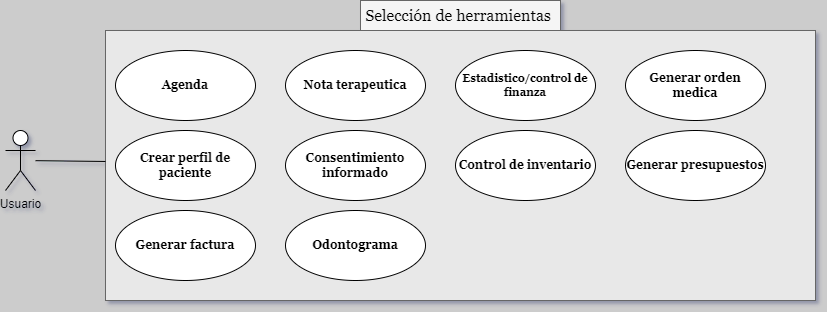
The draw.io diagram CU002_SeleccionDeHerramientas.drawio.png in CH3MOO/SpecialityX, before a commit. Source tidied: cells renumbered, new cells last; positions are measured from the earlier drawing's top-left corner, leaving out a move shared by most shapes. Source of this version:
```xml
<mxGraphModel background="#CCCCCC" shadow="1">
  <root>
    <mxCell id="0" />
    <mxCell id="1" parent="0" />
    <mxCell id="2" style="rounded=0;whiteSpace=wrap;html=1;fillColor=#E8E8E8;strokeColor=#666666;fontColor=#333333;fontFamily=Georgia;fontStyle=1;" parent="1" vertex="1">
      <mxGeometry x="100" y="30" width="710" height="270" as="geometry" />
    </mxCell>
    <mxCell id="3" value="Usuario" style="shape=umlActor;verticalLabelPosition=bottom;verticalAlign=top;html=1;" parent="1" vertex="1">
      <mxGeometry y="130" width="30" height="60" as="geometry" />
    </mxCell>
    <mxCell id="4" value="Agenda" style="ellipse;whiteSpace=wrap;html=1;fontFamily=Georgia;fontStyle=1;" parent="1" vertex="1">
      <mxGeometry x="110" y="50" width="140" height="70" as="geometry" />
    </mxCell>
    <mxCell id="5" value="Crear perfil de paciente" style="ellipse;whiteSpace=wrap;html=1;fontFamily=Georgia;fontStyle=1;" parent="1" vertex="1">
      <mxGeometry x="110" y="130" width="140" height="70" as="geometry" />
    </mxCell>
    <mxCell id="6" value="Nota terapeutica" style="ellipse;whiteSpace=wrap;html=1;fontFamily=Georgia;fontStyle=1;" parent="1" vertex="1">
      <mxGeometry x="280" y="50" width="140" height="70" as="geometry" />
    </mxCell>
    <mxCell id="7" value="Consentimiento informado" style="ellipse;whiteSpace=wrap;html=1;fontFamily=Georgia;fontStyle=1;" parent="1" vertex="1">
      <mxGeometry x="280" y="130" width="140" height="70" as="geometry" />
    </mxCell>
    <mxCell id="8" value="Generar factura" style="ellipse;whiteSpace=wrap;html=1;fontFamily=Georgia;fontStyle=1;" parent="1" vertex="1">
      <mxGeometry x="110" y="210" width="140" height="70" as="geometry" />
    </mxCell>
    <mxCell id="9" value="Estadistico/control de finanza" style="ellipse;whiteSpace=wrap;html=1;fontFamily=Georgia;fontStyle=1;fontSize=11;" parent="1" vertex="1">
      <mxGeometry x="450" y="50" width="140" height="70" as="geometry" />
    </mxCell>
    <mxCell id="10" value="Control de inventario" style="ellipse;whiteSpace=wrap;html=1;fontFamily=Georgia;fontStyle=1;" parent="1" vertex="1">
      <mxGeometry x="450" y="130" width="140" height="70" as="geometry" />
    </mxCell>
    <mxCell id="11" value="Odontograma&lt;span style=&quot;color: rgba(0, 0, 0, 0); font-size: 0px; text-align: start; text-wrap: nowrap;&quot;&gt;%3CmxGraphModel%3E%3Croot%3E%3CmxCell%20id%3D%220%22%2F%3E%3CmxCell%20id%3D%221%22%20parent%3D%220%22%2F%3E%3CmxCell%20id%3D%222%22%20value%3D%22Agenda%22%20style%3D%22ellipse%3BwhiteSpace%3Dwrap%3Bhtml%3D1%3B%22%20vertex%3D%221%22%20parent%3D%221%22%3E%3CmxGeometry%20x%3D%22240%22%20y%3D%22130%22%20width%3D%22140%22%20height%3D%2270%22%20as%3D%22geometry%22%2F%3E%3C%2FmxCell%3E%3C%2Froot%3E%3C%2FmxGraphModel%3E&lt;/span&gt;" style="ellipse;whiteSpace=wrap;html=1;fontFamily=Georgia;fontStyle=1;" parent="1" vertex="1">
      <mxGeometry x="280" y="210" width="140" height="70" as="geometry" />
    </mxCell>
    <mxCell id="12" value="Generar orden medica" style="ellipse;whiteSpace=wrap;html=1;fontFamily=Georgia;fontStyle=1;" parent="1" vertex="1">
      <mxGeometry x="620" y="50" width="140" height="70" as="geometry" />
    </mxCell>
    <mxCell id="13" value="Generar presupuestos" style="ellipse;whiteSpace=wrap;html=1;fontFamily=Georgia;fontStyle=1;" parent="1" vertex="1">
      <mxGeometry x="620" y="130" width="140" height="70" as="geometry" />
    </mxCell>
    <mxCell id="14" style="endArrow=none;html=1;rounded=0;" parent="1" edge="1" source="3" target="2">
      <mxGeometry relative="1" as="geometry" />
    </mxCell>
    <mxCell id="15" value="Selección de herramientas&amp;nbsp;" style="text;html=1;align=center;verticalAlign=middle;whiteSpace=wrap;rounded=0;fontFamily=Georgia;fontSize=16;fillColor=#f5f5f5;fontColor=#000000;strokeColor=#666666;" parent="1" vertex="1">
      <mxGeometry x="355" width="200" height="30" as="geometry" />
    </mxCell>
  </root>
</mxGraphModel>
```
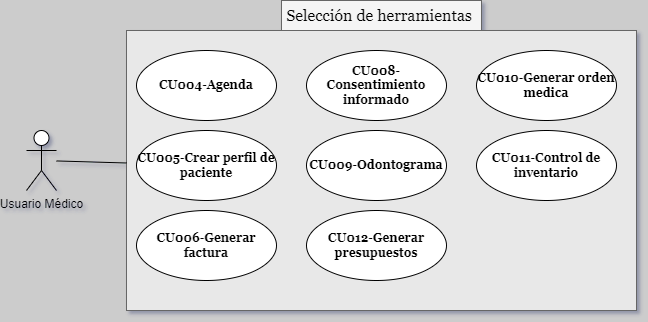
After the change.

Change to the diagram source:
```diff
@@ -3,46 +3,40 @@
     <mxCell id="0" />
     <mxCell id="1" parent="0" />
     <mxCell id="2" style="rounded=0;whiteSpace=wrap;html=1;fillColor=#E8E8E8;strokeColor=#666666;fontColor=#333333;fontFamily=Georgia;fontStyle=1;" parent="1" vertex="1">
-      <mxGeometry x="100" y="30" width="710" height="270" as="geometry" />
+      <mxGeometry x="100" y="30" width="510" height="280" as="geometry" />
     </mxCell>
-    <mxCell id="3" value="Usuario" style="shape=umlActor;verticalLabelPosition=bottom;verticalAlign=top;html=1;" parent="1" vertex="1">
+    <mxCell id="3" value="Usuario Médico" style="shape=umlActor;verticalLabelPosition=bottom;verticalAlign=top;html=1;" parent="1" vertex="1">
       <mxGeometry y="130" width="30" height="60" as="geometry" />
     </mxCell>
-    <mxCell id="4" value="Agenda" style="ellipse;whiteSpace=wrap;html=1;fontFamily=Georgia;fontStyle=1;" parent="1" vertex="1">
+    <mxCell id="4" value="CU004-Agenda" style="ellipse;whiteSpace=wrap;html=1;fontFamily=Georgia;fontStyle=1;" parent="1" vertex="1">
       <mxGeometry x="110" y="50" width="140" height="70" as="geometry" />
     </mxCell>
-    <mxCell id="5" value="Crear perfil de paciente" style="ellipse;whiteSpace=wrap;html=1;fontFamily=Georgia;fontStyle=1;" parent="1" vertex="1">
+    <mxCell id="5" value="CU005-Crear perfil de paciente" style="ellipse;whiteSpace=wrap;html=1;fontFamily=Georgia;fontStyle=1;" parent="1" vertex="1">
       <mxGeometry x="110" y="130" width="140" height="70" as="geometry" />
     </mxCell>
-    <mxCell id="6" value="Nota terapeutica" style="ellipse;whiteSpace=wrap;html=1;fontFamily=Georgia;fontStyle=1;" parent="1" vertex="1">
-      <mxGeometry x="280" y="50" width="140" height="70" as="geometry" />
-    </mxCell>
-    <mxCell id="7" value="Consentimiento informado" style="ellipse;whiteSpace=wrap;html=1;fontFamily=Georgia;fontStyle=1;" parent="1" vertex="1">
-      <mxGeometry x="280" y="130" width="140" height="70" as="geometry" />
+    <mxCell id="7" value="CU008-Consentimiento informado" style="ellipse;whiteSpace=wrap;html=1;fontFamily=Georgia;fontStyle=1;" parent="1" vertex="1">
+      <mxGeometry x="280" y="50" width="140" height="70" as="geometry" />
     </mxCell>
-    <mxCell id="8" value="Generar factura" style="ellipse;whiteSpace=wrap;html=1;fontFamily=Georgia;fontStyle=1;" parent="1" vertex="1">
+    <mxCell id="8" value="CU006-Generar factura" style="ellipse;whiteSpace=wrap;html=1;fontFamily=Georgia;fontStyle=1;" parent="1" vertex="1">
       <mxGeometry x="110" y="210" width="140" height="70" as="geometry" />
     </mxCell>
-    <mxCell id="9" value="Estadistico/control de finanza" style="ellipse;whiteSpace=wrap;html=1;fontFamily=Georgia;fontStyle=1;fontSize=11;" parent="1" vertex="1">
-      <mxGeometry x="450" y="50" width="140" height="70" as="geometry" />
-    </mxCell>
-    <mxCell id="10" value="Control de inventario" style="ellipse;whiteSpace=wrap;html=1;fontFamily=Georgia;fontStyle=1;" parent="1" vertex="1">
+    <mxCell id="10" value="CU011-Control de inventario" style="ellipse;whiteSpace=wrap;html=1;fontFamily=Georgia;fontStyle=1;" parent="1" vertex="1">
       <mxGeometry x="450" y="130" width="140" height="70" as="geometry" />
     </mxCell>
-    <mxCell id="11" value="Odontograma&lt;span style=&quot;color: rgba(0, 0, 0, 0); font-size: 0px; text-align: start; text-wrap: nowrap;&quot;&gt;%3CmxGraphModel%3E%3Croot%3E%3CmxCell%20id%3D%220%22%2F%3E%3CmxCell%20id%3D%221%22%20parent%3D%220%22%2F%3E%3CmxCell%20id%3D%222%22%20value%3D%22Agenda%22%20style%3D%22ellipse%3BwhiteSpace%3Dwrap%3Bhtml%3D1%3B%22%20vertex%3D%221%22%20parent%3D%221%22%3E%3CmxGeometry%20x%3D%22240%22%20y%3D%22130%22%20width%3D%22140%22%20height%3D%2270%22%20as%3D%22geometry%22%2F%3E%3C%2FmxCell%3E%3C%2Froot%3E%3C%2FmxGraphModel%3E&lt;/span&gt;" style="ellipse;whiteSpace=wrap;html=1;fontFamily=Georgia;fontStyle=1;" parent="1" vertex="1">
-      <mxGeometry x="280" y="210" width="140" height="70" as="geometry" />
+    <mxCell id="11" value="CU009-Odontograma&lt;span style=&quot;color: rgba(0, 0, 0, 0); font-size: 0px; text-align: start; text-wrap: nowrap;&quot;&gt;%3CmxGraphModel%3E%3Croot%3E%3CmxCell%20id%3D%220%22%2F%3E%3CmxCell%20id%3D%221%22%20parent%3D%220%22%2F%3E%3CmxCell%20id%3D%222%22%20value%3D%22Agenda%22%20style%3D%22ellipse%3BwhiteSpace%3Dwrap%3Bhtml%3D1%3B%22%20vertex%3D%221%22%20parent%3D%221%22%3E%3CmxGeometry%20x%3D%22240%22%20y%3D%22130%22%20width%3D%22140%22%20height%3D%2270%22%20as%3D%22geometry%22%2F%3E%3C%2FmxCell%3E%3C%2Froot%3E%3C%2FmxGraphModel%3E&lt;/span&gt;" style="ellipse;whiteSpace=wrap;html=1;fontFamily=Georgia;fontStyle=1;" parent="1" vertex="1">
+      <mxGeometry x="280" y="130" width="140" height="70" as="geometry" />
     </mxCell>
-    <mxCell id="12" value="Generar orden medica" style="ellipse;whiteSpace=wrap;html=1;fontFamily=Georgia;fontStyle=1;" parent="1" vertex="1">
-      <mxGeometry x="620" y="50" width="140" height="70" as="geometry" />
+    <mxCell id="12" value="CU010-Generar orden medica" style="ellipse;whiteSpace=wrap;html=1;fontFamily=Georgia;fontStyle=1;" parent="1" vertex="1">
+      <mxGeometry x="450" y="50" width="140" height="70" as="geometry" />
     </mxCell>
-    <mxCell id="13" value="Generar presupuestos" style="ellipse;whiteSpace=wrap;html=1;fontFamily=Georgia;fontStyle=1;" parent="1" vertex="1">
-      <mxGeometry x="620" y="130" width="140" height="70" as="geometry" />
+    <mxCell id="13" value="CU012-Generar presupuestos" style="ellipse;whiteSpace=wrap;html=1;fontFamily=Georgia;fontStyle=1;" parent="1" vertex="1">
+      <mxGeometry x="280" y="210" width="140" height="70" as="geometry" />
     </mxCell>
     <mxCell id="14" style="endArrow=none;html=1;rounded=0;" parent="1" edge="1" source="3" target="2">
       <mxGeometry relative="1" as="geometry" />
     </mxCell>
     <mxCell id="15" value="Selección de herramientas&amp;nbsp;" style="text;html=1;align=center;verticalAlign=middle;whiteSpace=wrap;rounded=0;fontFamily=Georgia;fontSize=16;fillColor=#f5f5f5;fontColor=#000000;strokeColor=#666666;" parent="1" vertex="1">
-      <mxGeometry x="355" width="200" height="30" as="geometry" />
+      <mxGeometry x="255" width="200" height="30" as="geometry" />
     </mxCell>
   </root>
 </mxGraphModel>
```
